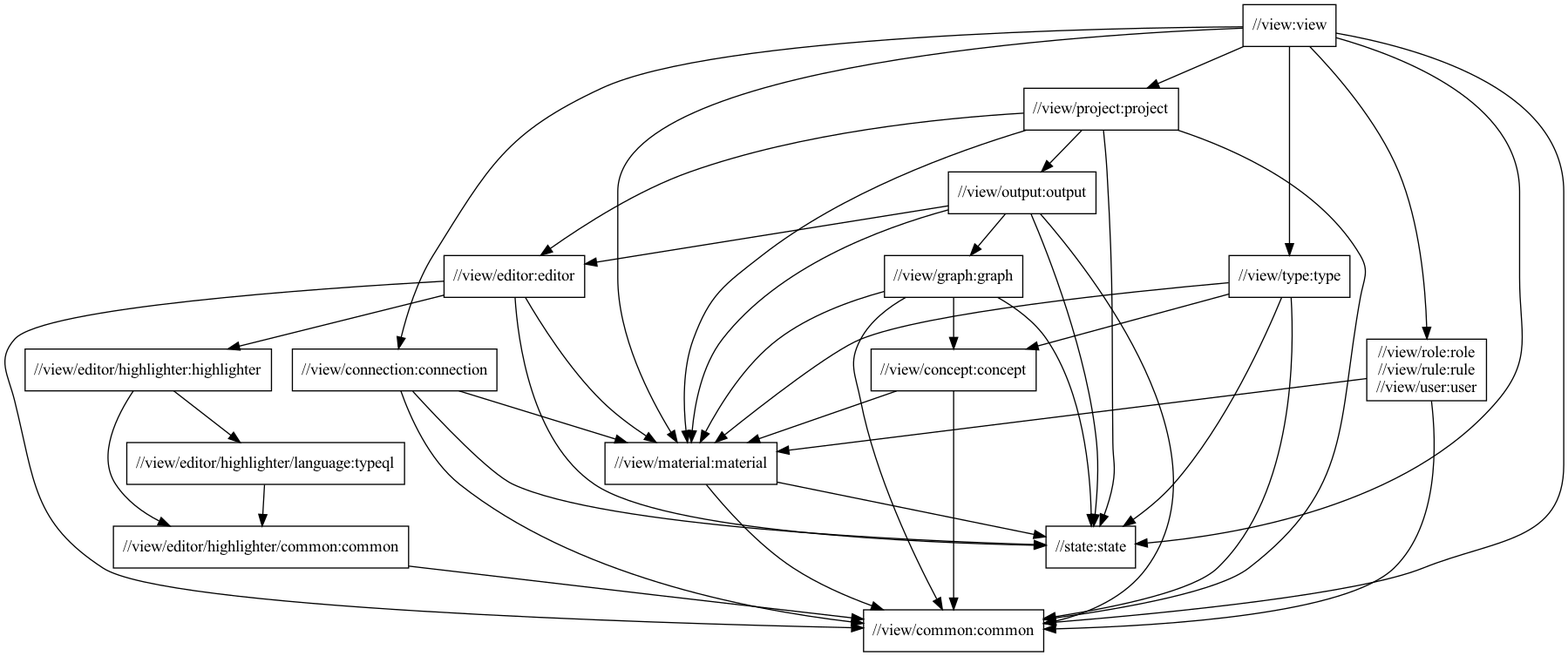
typedb/typedb-studio keeps this Graphviz diagram as docs/view-package-structure.png. Above is the earlier version. Its source is kept beside it as docs/view-package-structure.dot.
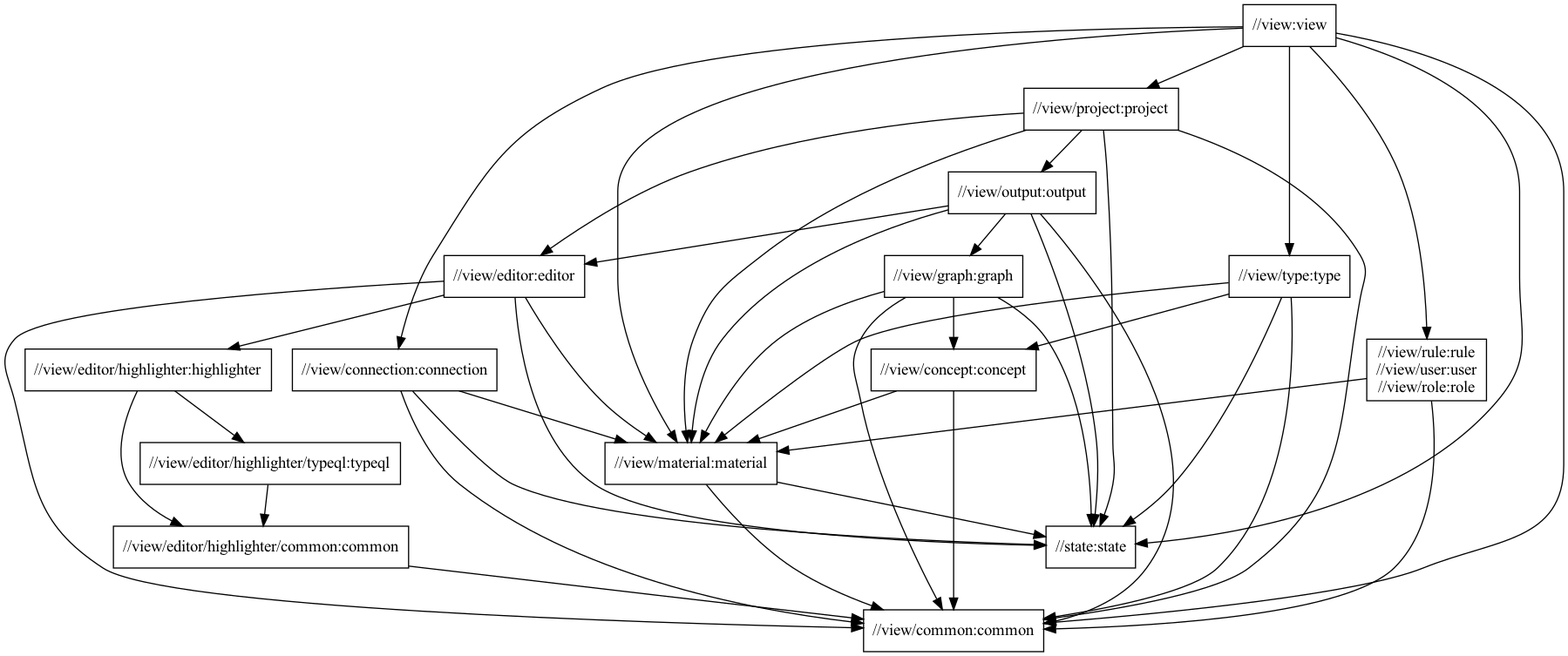
After the commit.

Commit message:
Refined package name build definitions of //view/editor/highlighter

The edit, as a diff of the source:
```diff
@@ -5,7 +5,7 @@
   "//view:view" -> "//view/connection:connection"
   "//view:view" -> "//view/material:material"
   "//view:view" -> "//view/project:project"
-  "//view:view" -> "//view/role:role\n//view/rule:rule\n//view/user:user"
+  "//view:view" -> "//view/rule:rule\n//view/user:user\n//view/role:role"
   "//view:view" -> "//view/type:type"
   "//view:view" -> "//state:state"
   "//view/type:type"
@@ -30,30 +30,30 @@
   "//view/graph:graph" -> "//view/concept:concept"
   "//view/graph:graph" -> "//view/material:material"
   "//view/graph:graph" -> "//state:state"
+  "//view/rule:rule\n//view/user:user\n//view/role:role"
+  "//view/rule:rule\n//view/user:user\n//view/role:role" -> "//view/common:common"
+  "//view/rule:rule\n//view/user:user\n//view/role:role" -> "//view/material:material"
   "//view/concept:concept"
   "//view/concept:concept" -> "//view/common:common"
   "//view/concept:concept" -> "//view/material:material"
+  "//view/connection:connection"
+  "//view/connection:connection" -> "//view/common:common"
+  "//view/connection:connection" -> "//view/material:material"
+  "//view/connection:connection" -> "//state:state"
   "//view/editor:editor"
   "//view/editor:editor" -> "//view/common:common"
   "//view/editor:editor" -> "//view/editor/highlighter:highlighter"
   "//view/editor:editor" -> "//view/material:material"
   "//view/editor:editor" -> "//state:state"
-  "//view/connection:connection"
-  "//view/connection:connection" -> "//view/common:common"
-  "//view/connection:connection" -> "//view/material:material"
-  "//view/connection:connection" -> "//state:state"
-  "//view/role:role\n//view/rule:rule\n//view/user:user"
-  "//view/role:role\n//view/rule:rule\n//view/user:user" -> "//view/common:common"
-  "//view/role:role\n//view/rule:rule\n//view/user:user" -> "//view/material:material"
   "//view/material:material"
   "//view/material:material" -> "//view/common:common"
   "//view/material:material" -> "//state:state"
   "//state:state"
   "//view/editor/highlighter:highlighter"
   "//view/editor/highlighter:highlighter" -> "//view/editor/highlighter/common:common"
-  "//view/editor/highlighter:highlighter" -> "//view/editor/highlighter/language:typeql"
-  "//view/editor/highlighter/language:typeql"
-  "//view/editor/highlighter/language:typeql" -> "//view/editor/highlighter/common:common"
+  "//view/editor/highlighter:highlighter" -> "//view/editor/highlighter/typeql:typeql"
+  "//view/editor/highlighter/typeql:typeql"
+  "//view/editor/highlighter/typeql:typeql" -> "//view/editor/highlighter/common:common"
   "//view/editor/highlighter/common:common"
   "//view/editor/highlighter/common:common" -> "//view/common:common"
   "//view/common:common"
```
